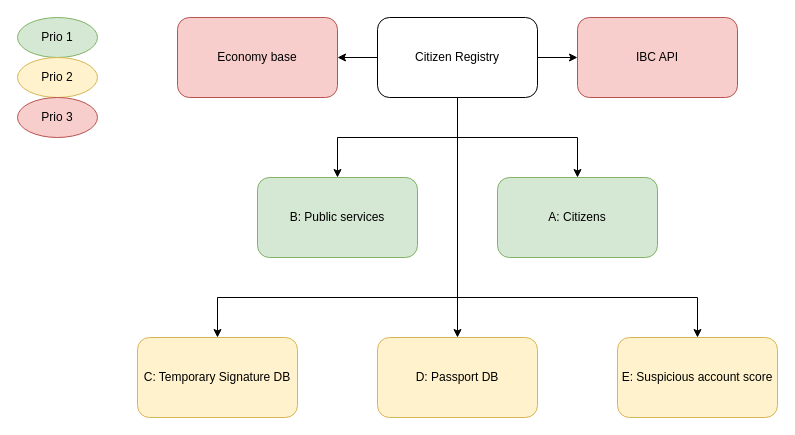
Earlier version of the draw.io diagram page "Global CR structure" (1 of 6) of architecture/crdesign.drawio (markvandal/ds.info). Source tidied: cells renumbered, new cells numbered last; positions are measured from the earlier drawing's top-left corner, leaving out a move shared by most shapes. Both pictures are drawn from the tidied source at 100%, with x=0, y=0 at pixel (17, 17).
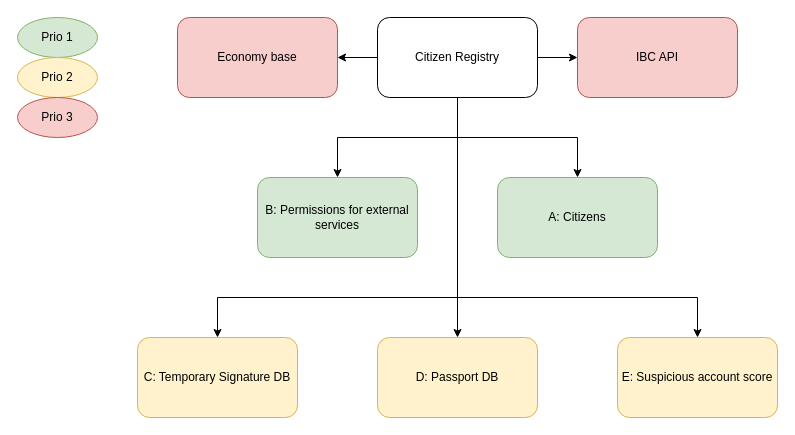
After the change.

Diff of the diagram source:
```diff
@@
-    <mxCell id="12" value="B: Public services" style="rounded=1;whiteSpace=wrap;html=1;fillColor=#d5e8d4;strokeColor=#82b366;" parent="1" vertex="1">
+    <mxCell id="12" value="B: Permissions for external services" style="rounded=1;whiteSpace=wrap;html=1;fillColor=#d5e8d4;strokeColor=#82b366;" parent="1" vertex="1">
       <mxGeometry x="240" y="160" width="160" height="80" as="geometry" />
     </mxCell>
```
